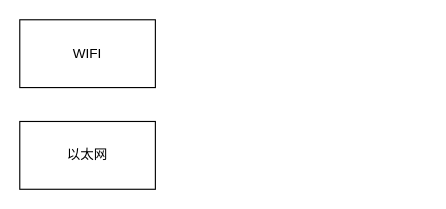
Above: drawio/网络与网络协议.drawio in wangyunhuan895-eng/images (draw.io), before the change. Source tidied: cells renumbered, new cells numbered last; positions are measured from the earlier drawing's top-left corner, leaving out a move shared by most shapes. Both pictures are drawn from the tidied source at 113%, with x=0, y=0 at pixel (19, 19).
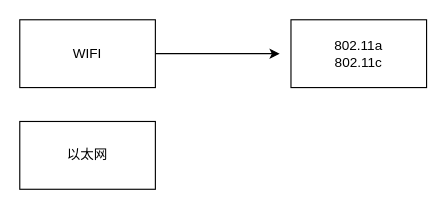
The same diagram, later.

Commit message (it also covers changes not shown here):
更新网络与网络协议.drawio

Diff of the diagram source:
```diff
@@
 <mxGraphModel>
   <root>
     <mxCell id="0" />
     <mxCell id="1" parent="0" />
+    <mxCell id="4" style="edgeStyle=orthogonalEdgeStyle;rounded=0;jettySize=auto;html=1;exitX=1;exitY=0.5;exitDx=0;exitDy=0;" parent="1" edge="1" source="2">
+      <mxGeometry relative="1" as="geometry">
+        <mxPoint x="230" y="30" as="targetPoint" />
+      </mxGeometry>
+    </mxCell>
     <mxCell id="2" value="WIFI" style="rounded=0;whiteSpace=wrap;html=1;" parent="1" vertex="1">
       <mxGeometry width="120" height="60" as="geometry" />
     </mxCell>
     <mxCell id="3" value="以太网" style="rounded=0;whiteSpace=wrap;html=1;" parent="1" vertex="1">
       <mxGeometry y="90" width="120" height="60" as="geometry" />
     </mxCell>
+    <mxCell id="5" value="802.11a&lt;div&gt;802.11c&lt;/div&gt;" style="rounded=0;whiteSpace=wrap;html=1;fontStyle=0;align=center;fontColor=default;fontSize=12;" parent="1" vertex="1">
+      <mxGeometry x="240" width="120" height="60" as="geometry" />
+    </mxCell>
   </root>
 </mxGraphModel>
```
